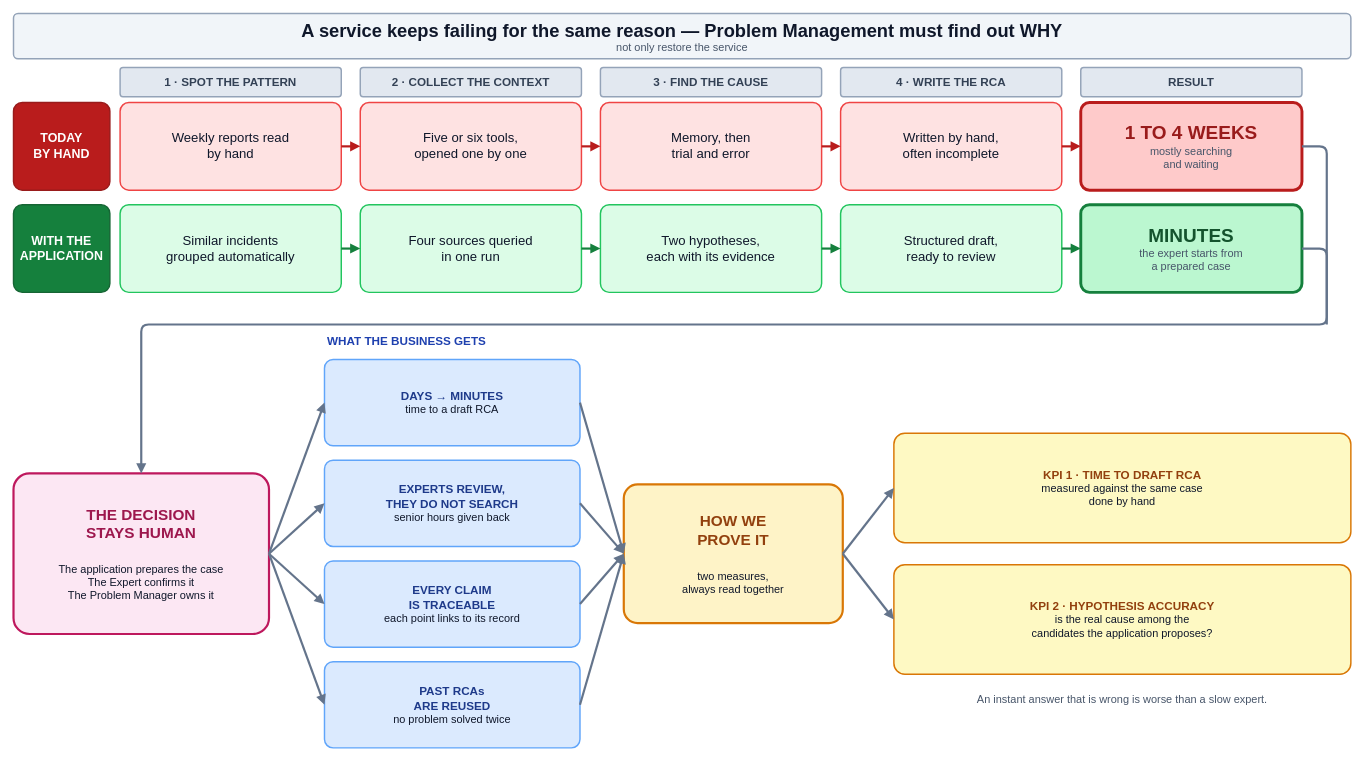
Before: diagrams/02-current-process/rca_problem_management.drawio in cristivalea/root-cause-analysis, a draw.io diagram. Source tidied: cells renumbered, new cells numbered last; positions are measured from the earlier drawing's top-left corner, leaving out a move shared by most shapes. Both pictures are drawn from the tidied source at 73%, with x=0, y=0 at pixel (13, 13).
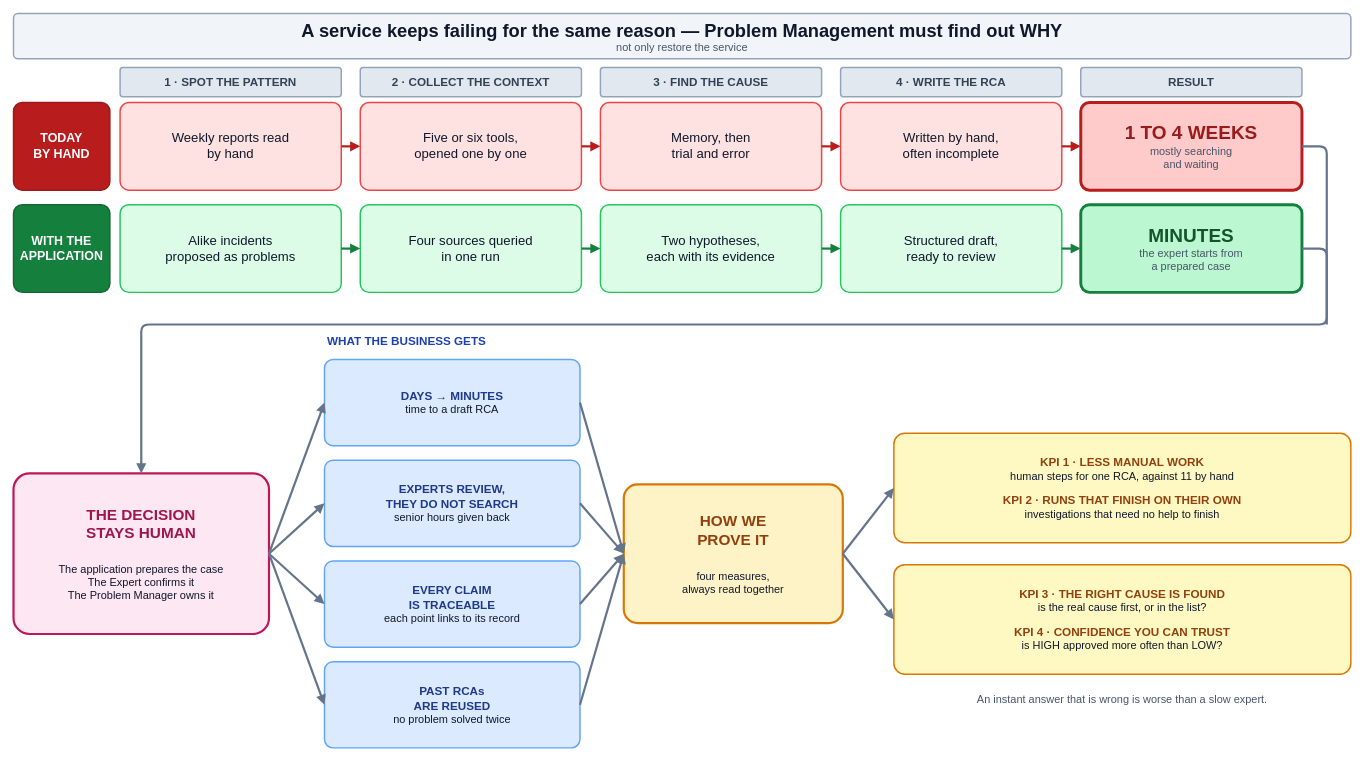
After the change.

What changed in the source:
```diff
@@
-    <mxCell id="5" value="&lt;font style=&quot;font-size:18px&quot; color=&quot;#0F172A&quot;&gt;Similar incidents&lt;/font&gt;&lt;br&gt;&lt;font style=&quot;font-size:18px&quot; color=&quot;#0F172A&quot;&gt;grouped automatically&lt;/font&gt;" style="rounded=1;arcSize=10;fillColor=#DCFCE7;strokeColor=#22C55E;strokeWidth=2;html=1;whiteSpace=wrap;verticalAlign=middle;align=center;spacing=4;fontFamily=Helvetica;" parent="1" vertex="1">
+    <mxCell id="5" value="&lt;font style=&quot;font-size:18px&quot; color=&quot;#0F172A&quot;&gt;Alike incidents&lt;/font&gt;&lt;br&gt;&lt;font style=&quot;font-size:18px&quot; color=&quot;#0F172A&quot;&gt;proposed as problems&lt;/font&gt;" style="rounded=1;arcSize=10;fillColor=#DCFCE7;strokeColor=#22C55E;strokeWidth=2;html=1;whiteSpace=wrap;verticalAlign=middle;align=center;spacing=4;fontFamily=Helvetica;" parent="1" vertex="1">
       <mxGeometry x="146" y="262" width="303" height="120" as="geometry" />
     </mxCell>
@@
-    <mxCell id="25" value="&lt;font style=&quot;font-size:21px&quot; color=&quot;#92400E&quot;&gt;&lt;b&gt;HOW WE&lt;/b&gt;&lt;/font&gt;&lt;br&gt;&lt;font style=&quot;font-size:21px&quot; color=&quot;#92400E&quot;&gt;&lt;b&gt;PROVE IT&lt;/b&gt;&lt;/font&gt;&lt;br&gt;&lt;br&gt;&lt;br&gt;&lt;font style=&quot;font-size:15px&quot; color=&quot;#0F172A&quot;&gt;two measures,&lt;/font&gt;&lt;br&gt;&lt;font style=&quot;font-size:15px&quot; color=&quot;#0F172A&quot;&gt;always read together&lt;/font&gt;" style="rounded=1;arcSize=10;fillColor=#FEF3C7;strokeColor=#D97706;strokeWidth=3;html=1;whiteSpace=wrap;verticalAlign=middle;align=center;spacing=4;fontFamily=Helvetica;" parent="1" vertex="1">
+    <mxCell id="25" value="&lt;font style=&quot;font-size:21px&quot; color=&quot;#92400E&quot;&gt;&lt;b&gt;HOW WE&lt;/b&gt;&lt;/font&gt;&lt;br&gt;&lt;font style=&quot;font-size:21px&quot; color=&quot;#92400E&quot;&gt;&lt;b&gt;PROVE IT&lt;/b&gt;&lt;/font&gt;&lt;br&gt;&lt;br&gt;&lt;br&gt;&lt;font style=&quot;font-size:15px&quot; color=&quot;#0F172A&quot;&gt;four measures,&lt;/font&gt;&lt;br&gt;&lt;font style=&quot;font-size:15px&quot; color=&quot;#0F172A&quot;&gt;always read together&lt;/font&gt;" style="rounded=1;arcSize=10;fillColor=#FEF3C7;strokeColor=#D97706;strokeWidth=3;html=1;whiteSpace=wrap;verticalAlign=middle;align=center;spacing=4;fontFamily=Helvetica;" parent="1" vertex="1">
       <mxGeometry x="836" y="645" width="300" height="190" as="geometry" />
     </mxCell>
-    <mxCell id="26" value="&lt;font style=&quot;font-size:16px&quot; color=&quot;#92400E&quot;&gt;&lt;b&gt;KPI 1  ·  TIME TO DRAFT RCA&lt;/b&gt;&lt;/font&gt;&lt;br&gt;&lt;font style=&quot;font-size:15px&quot; color=&quot;#0F172A&quot;&gt;measured against the same case&lt;/font&gt;&lt;br&gt;&lt;font style=&quot;font-size:15px&quot; color=&quot;#0F172A&quot;&gt;done by hand&lt;/font&gt;" style="rounded=1;arcSize=10;fillColor=#FEF9C3;strokeColor=#D97706;strokeWidth=2;html=1;whiteSpace=wrap;verticalAlign=middle;align=center;spacing=4;fontFamily=Helvetica;" parent="1" vertex="1">
+    <mxCell id="26" value="&lt;font style=&quot;font-size:16px&quot; color=&quot;#92400E&quot;&gt;&lt;b&gt;KPI 1  ·  LESS MANUAL WORK&lt;/b&gt;&lt;/font&gt;&lt;br&gt;&lt;font style=&quot;font-size:15px&quot; color=&quot;#0F172A&quot;&gt;human steps for one RCA, against 11 by hand&lt;/font&gt;&lt;br&gt;&lt;br&gt;&lt;font style=&quot;font-size:16px&quot; color=&quot;#92400E&quot;&gt;&lt;b&gt;KPI 2  ·  RUNS THAT FINISH ON THEIR OWN&lt;/b&gt;&lt;/font&gt;&lt;br&gt;&lt;font style=&quot;font-size:15px&quot; color=&quot;#0F172A&quot;&gt;investigations that need no help to finish&lt;/font&gt;" style="rounded=1;arcSize=10;fillColor=#FEF9C3;strokeColor=#D97706;strokeWidth=2;html=1;whiteSpace=wrap;verticalAlign=middle;align=center;spacing=4;fontFamily=Helvetica;" parent="1" vertex="1">
       <mxGeometry x="1206" y="575" width="626" height="150" as="geometry" />
     </mxCell>
-    <mxCell id="27" value="&lt;font style=&quot;font-size:16px&quot; color=&quot;#92400E&quot;&gt;&lt;b&gt;KPI 2  ·  HYPOTHESIS ACCURACY&lt;/b&gt;&lt;/font&gt;&lt;br&gt;&lt;font style=&quot;font-size:15px&quot; color=&quot;#0F172A&quot;&gt;is the real cause among the&lt;/font&gt;&lt;br&gt;&lt;font style=&quot;font-size:15px&quot; color=&quot;#0F172A&quot;&gt;candidates the application proposes?&lt;/font&gt;" style="rounded=1;arcSize=10;fillColor=#FEF9C3;strokeColor=#D97706;strokeWidth=2;html=1;whiteSpace=wrap;verticalAlign=middle;align=center;spacing=4;fontFamily=Helvetica;" parent="1" vertex="1">
+    <mxCell id="27" value="&lt;font style=&quot;font-size:16px&quot; color=&quot;#92400E&quot;&gt;&lt;b&gt;KPI 3  ·  THE RIGHT CAUSE IS FOUND&lt;/b&gt;&lt;/font&gt;&lt;br&gt;&lt;font style=&quot;font-size:15px&quot; color=&quot;#0F172A&quot;&gt;is the real cause first, or in the list?&lt;/font&gt;&lt;br&gt;&lt;br&gt;&lt;font style=&quot;font-size:16px&quot; color=&quot;#92400E&quot;&gt;&lt;b&gt;KPI 4  ·  CONFIDENCE YOU CAN TRUST&lt;/b&gt;&lt;/font&gt;&lt;br&gt;&lt;font style=&quot;font-size:15px&quot; color=&quot;#0F172A&quot;&gt;is HIGH approved more often than LOW?&lt;/font&gt;" style="rounded=1;arcSize=10;fillColor=#FEF9C3;strokeColor=#D97706;strokeWidth=2;html=1;whiteSpace=wrap;verticalAlign=middle;align=center;spacing=4;fontFamily=Helvetica;" parent="1" vertex="1">
       <mxGeometry x="1206" y="755" width="626" height="150" as="geometry" />
     </mxCell>
```
